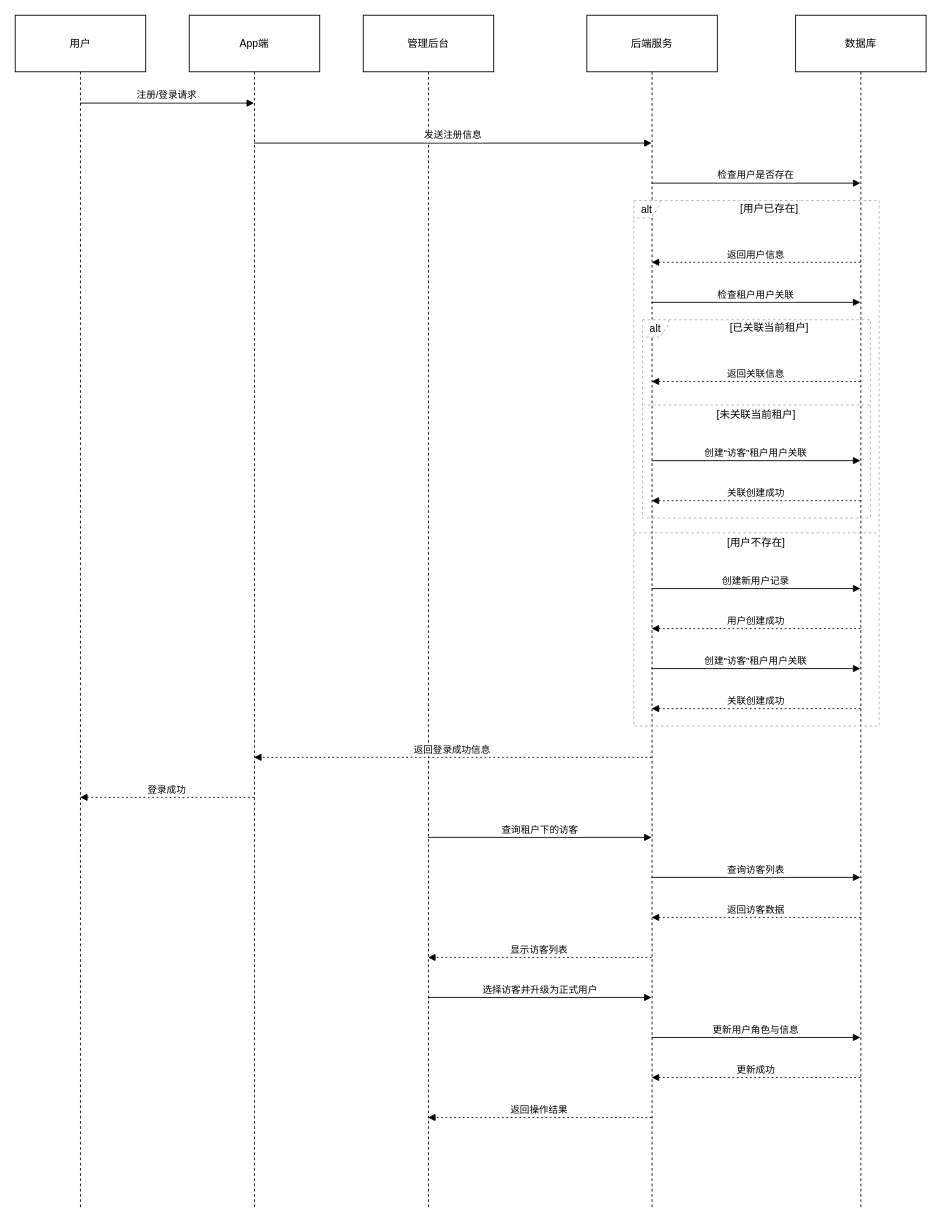
The draw.io diagram eco.drawio in Navven/Img, before the edit. Source tidied: cells renumbered, new cells numbered last; positions are measured from the earlier drawing's top-left corner, leaving out a move shared by most shapes. Both pictures are drawn from the tidied source at 87%, with x=0, y=0 at pixel (15, 15).
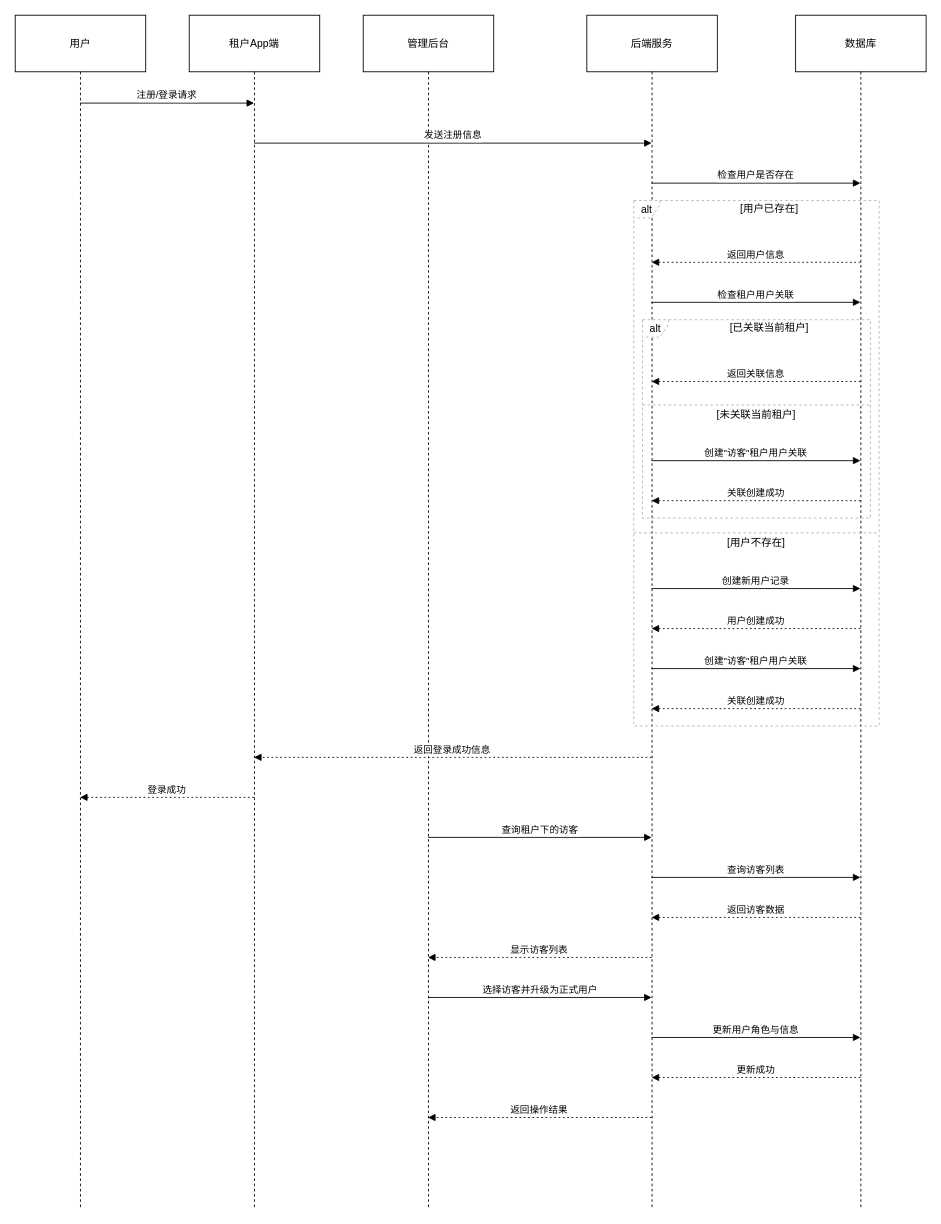
The same diagram, later.

Change to the diagram source:
```diff
@@
-    <mxCell id="3" value="App端" style="shape=umlLifeline;perimeter=lifelinePerimeter;whiteSpace=wrap;outlineConnect=0;portConstraint=eastwest;newEdgeStyle={&quot;edgeStyle&quot;:&quot;elbowEdgeStyle&quot;,&quot;elbow&quot;:&quot;vertical&quot;,&quot;curved&quot;:0,&quot;rounded&quot;:0};size=65;" parent="1" vertex="1">
+    <mxCell id="3" value="租户App端" style="shape=umlLifeline;perimeter=lifelinePerimeter;whiteSpace=wrap;outlineConnect=0;portConstraint=eastwest;newEdgeStyle={&quot;edgeStyle&quot;:&quot;elbowEdgeStyle&quot;,&quot;elbow&quot;:&quot;vertical&quot;,&quot;curved&quot;:0,&quot;rounded&quot;:0};size=65;" parent="1" vertex="1">
       <mxGeometry x="200" width="150" height="1372" as="geometry" />
     </mxCell>
```
